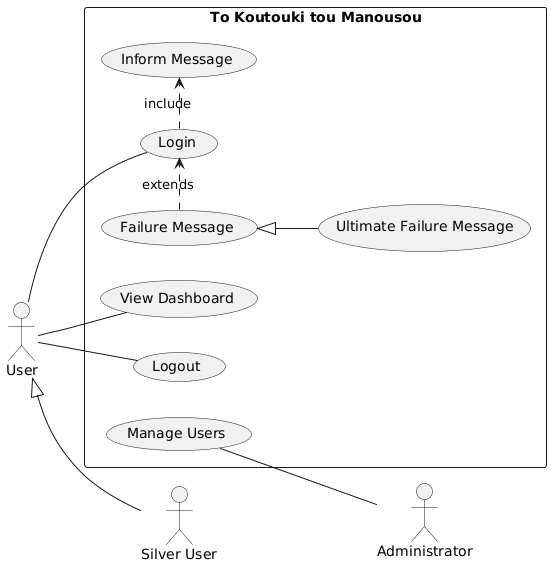
softwareDesign24/collaborateUML-ucd keeps this PlantUML diagram as use-case.png. Above is the earlier version.
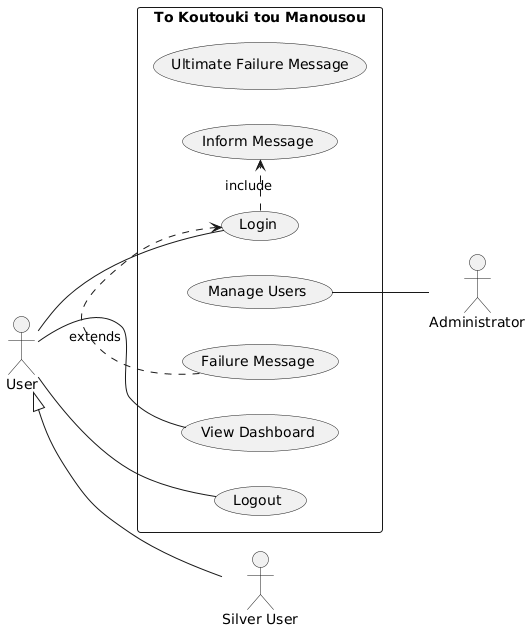
The same file after the commit.

Commit message:
Automated UML diagram generation

Diff of the diagram source:
```diff
@@ -25,7 +25,6 @@
 UC6 .> UC1 : extends
 
 usr <|-- s_usr
-UC6 <|-- UC7
 
 
 
```
